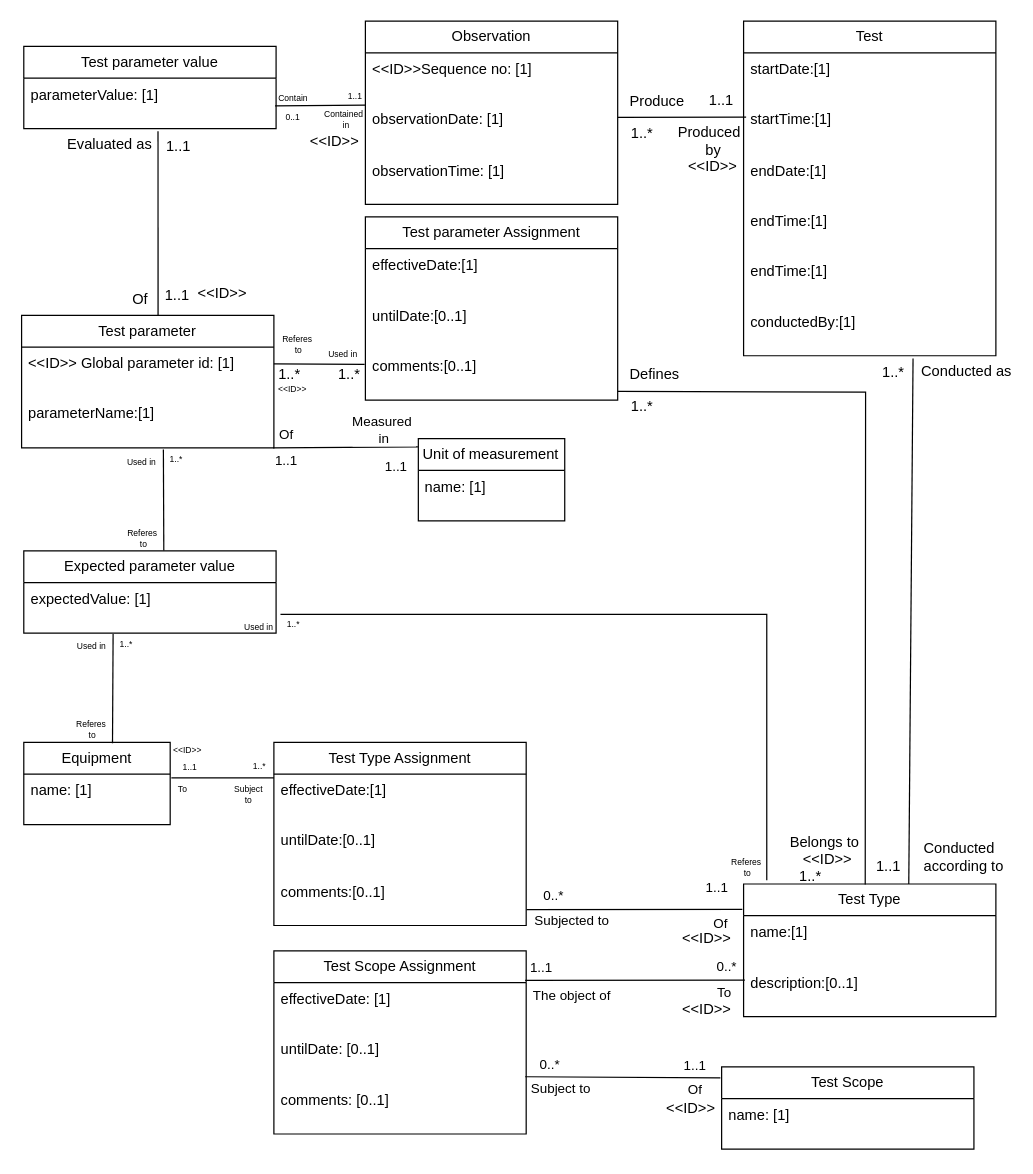
The draw.io diagram page "Test" (1 of 5) of Comprehensive Data Model.drawio in developersoumyadeep/erpapp-datamodel, before the edit. Source tidied: cells renumbered, new cells numbered last; positions are measured from the earlier drawing's top-left corner, leaving out a move shared by most shapes. Both pictures are drawn from the tidied source at 122%, with x=0, y=0 at pixel (21, 21).
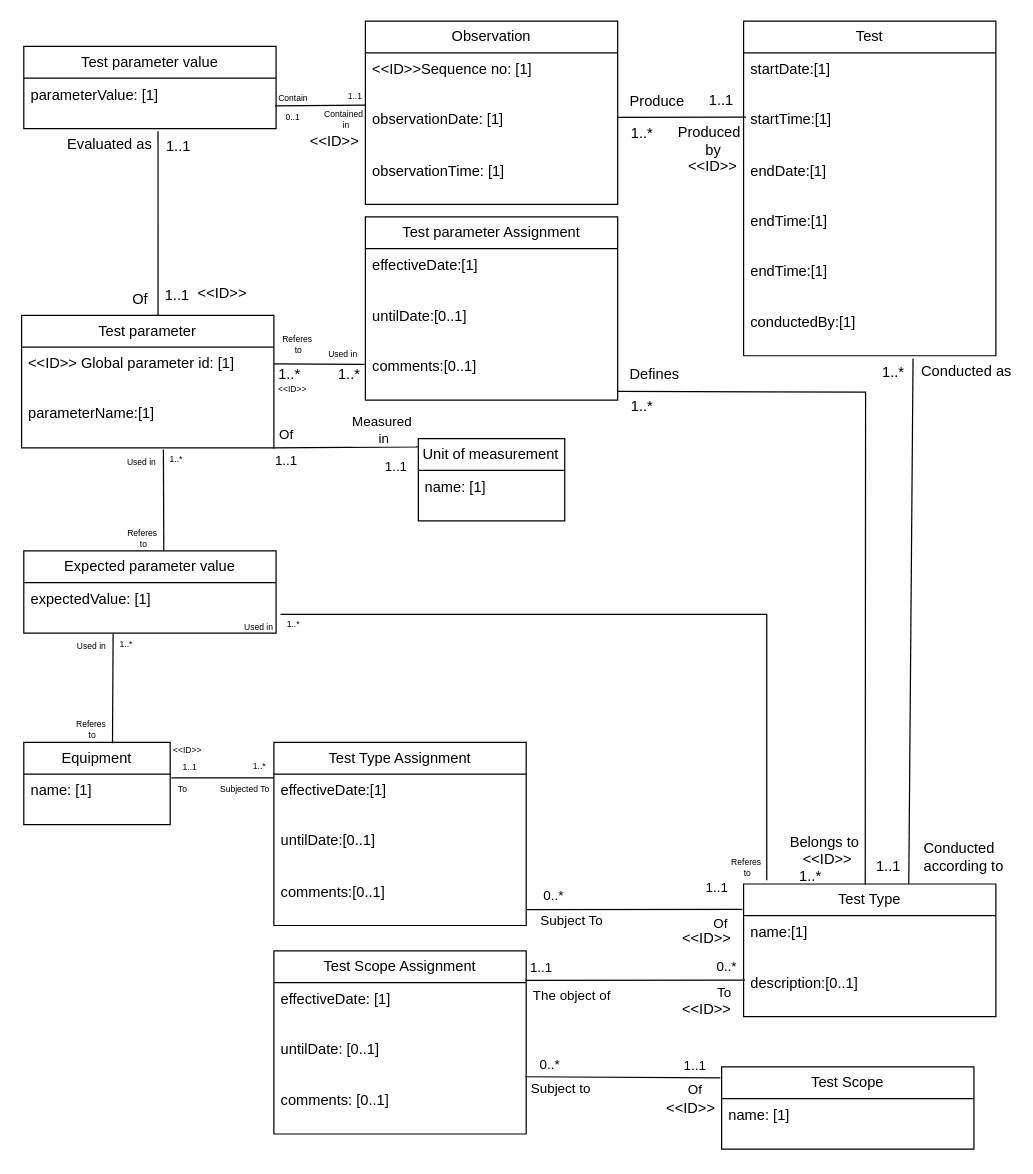
The same diagram, later.

The change refers to these unchanged cells:
```xml
<mxCell id="27" style="endArrow=none;html=1;rounded=0;entryX=-0.005;entryY=0.192;entryDx=0;entryDy=0;entryPerimeter=0;exitX=1.001;exitY=0.684;exitDx=0;exitDy=0;exitPerimeter=0;" parent="1" edge="1" source="26" target="8">
  <mxGeometry relative="1" as="geometry" />
</mxCell>
<mxCell id="35" style="endArrow=none;html=1;rounded=0;entryX=1.008;entryY=0.073;entryDx=0;entryDy=0;entryPerimeter=0;exitX=0;exitY=0.073;exitDx=0;exitDy=0;exitPerimeter=0;" parent="1" edge="1" source="24" target="34">
  <mxGeometry relative="1" as="geometry" />
</mxCell>
```

The edit, as a diff of the source:
```diff
@@
-    <mxCell id="31" value="Subjected to" style="edgeLabel;html=1;align=center;verticalAlign=middle;" parent="27" vertex="1">
+    <mxCell id="31" value="Subject To" style="edgeLabel;html=1;align=center;verticalAlign=middle;" parent="27" vertex="1">
       <mxGeometry x="-0.01" y="-1" relative="1" as="geometry">
         <mxPoint x="-52" y="8" as="offset" />
       </mxGeometry>
     </mxCell>
@@
-    <mxCell id="39" value="Subject&lt;div&gt;to&lt;/div&gt;" style="edgeLabel;html=1;align=center;verticalAlign=middle;fontSize=7;" parent="35" vertex="1">
+    <mxCell id="39" value="Subjected To" style="edgeLabel;html=1;align=center;verticalAlign=middle;fontSize=7;" parent="35" vertex="1">
       <mxGeometry x="-0.01" y="-1" relative="1" as="geometry">
-        <mxPoint x="20" y="14" as="offset" />
+        <mxPoint x="17" y="10" as="offset" />
       </mxGeometry>
     </mxCell>
```
